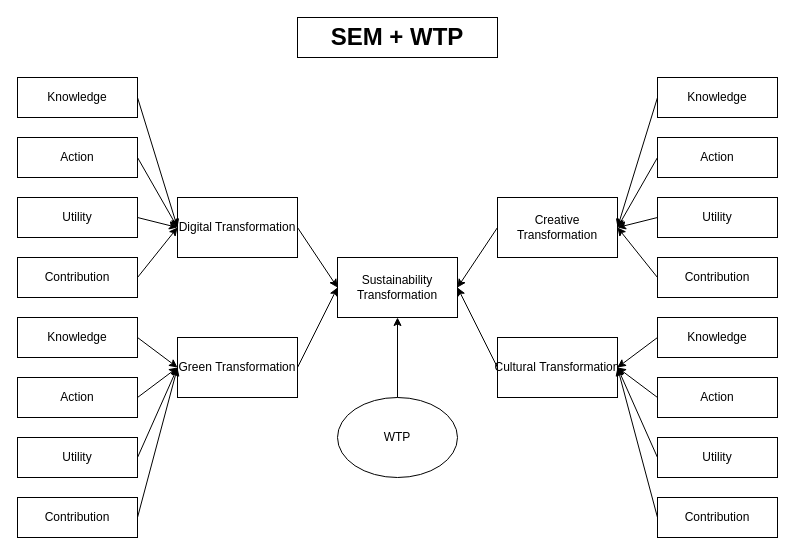
The draw.io diagram r1.drawio in hnks-gh/draw.io, before the edit. Source tidied: cells renumbered, new cells numbered last; positions are measured from the earlier drawing's top-left corner, leaving out a move shared by most shapes. Both pictures are drawn from the tidied source at 100%, with x=0, y=0 at pixel (17, 17).
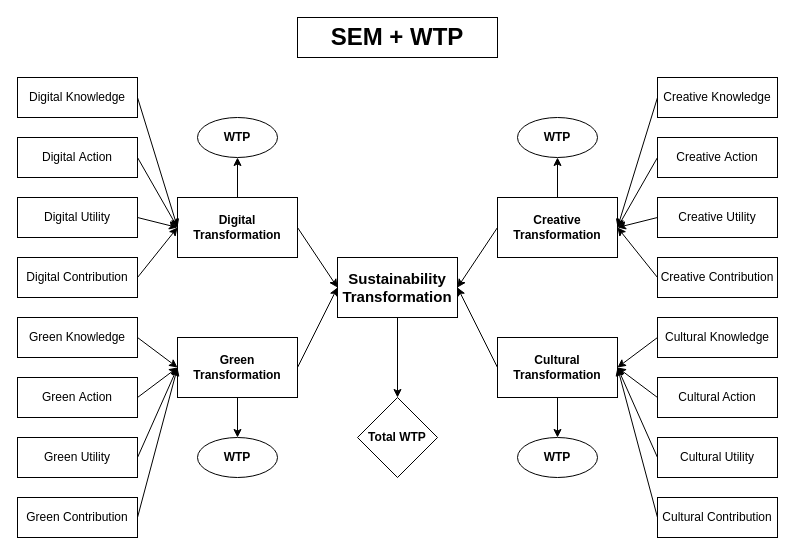
Above is the later version.

Diff of the diagram source:
```diff
@@
-    <mxCell id="2" value="Sustainability Transformation" style="rounded=0;whiteSpace=wrap;html=1;" parent="1" vertex="1">
+    <mxCell id="2" value="&lt;font&gt;Sustainability Transformation&lt;/font&gt;" style="rounded=0;whiteSpace=wrap;html=1;fontStyle=1;fontSize=15;" parent="1" vertex="1">
       <mxGeometry x="320" y="240" width="120" height="60" as="geometry" />
     </mxCell>
+    <mxCell id="46" style="edgeStyle=orthogonalEdgeStyle;rounded=0;jettySize=auto;html=1;exitX=0.5;exitY=0;exitDx=0;exitDy=0;entryX=0.5;entryY=1;entryDx=0;entryDy=0;" parent="1" edge="1" source="3" target="50">
+      <mxGeometry relative="1" as="geometry" />
+    </mxCell>
-    <mxCell id="3" value="Digital Transformation" style="rounded=0;whiteSpace=wrap;html=1;" parent="1" vertex="1">
+    <mxCell id="3" value="Digital&lt;div&gt;Transformation&lt;/div&gt;" style="rounded=0;whiteSpace=wrap;html=1;fontStyle=1;" parent="1" vertex="1">
       <mxGeometry x="160" y="180" width="120" height="60" as="geometry" />
     </mxCell>
+    <mxCell id="47" style="edgeStyle=orthogonalEdgeStyle;rounded=0;jettySize=auto;html=1;exitX=0.5;exitY=1;exitDx=0;exitDy=0;entryX=0.5;entryY=0;entryDx=0;entryDy=0;" parent="1" edge="1" source="4" target="51">
+      <mxGeometry relative="1" as="geometry" />
+    </mxCell>
-    <mxCell id="4" value="Green&lt;span style=&quot;background-color: transparent; color: light-dark(rgb(0, 0, 0), rgb(255, 255, 255));&quot;&gt;&amp;nbsp;Transformation&lt;/span&gt;" style="rounded=0;whiteSpace=wrap;html=1;" parent="1" vertex="1">
+    <mxCell id="4" value="Green&lt;div&gt;&lt;span style=&quot;background-color: transparent; color: light-dark(rgb(0, 0, 0), rgb(255, 255, 255));&quot;&gt;Transformation&lt;/span&gt;&lt;/div&gt;" style="rounded=0;whiteSpace=wrap;html=1;fontStyle=1;" parent="1" vertex="1">
       <mxGeometry x="160" y="320" width="120" height="60" as="geometry" />
     </mxCell>
+    <mxCell id="48" style="edgeStyle=orthogonalEdgeStyle;rounded=0;jettySize=auto;html=1;exitX=0.5;exitY=1;exitDx=0;exitDy=0;" parent="1" edge="1" source="5" target="52">
+      <mxGeometry relative="1" as="geometry" />
+    </mxCell>
-    <mxCell id="5" value="&lt;span style=&quot;background-color: transparent;&quot;&gt;&lt;font&gt;Cultural&amp;nbsp;Transformation&lt;/font&gt;&lt;/span&gt;" style="rounded=0;whiteSpace=wrap;html=1;" parent="1" vertex="1">
+    <mxCell id="5" value="&lt;span style=&quot;background-color: transparent;&quot;&gt;&lt;font&gt;Cultural&lt;/font&gt;&lt;/span&gt;&lt;div&gt;&lt;span style=&quot;background-color: transparent;&quot;&gt;&lt;font&gt;Transformation&lt;/font&gt;&lt;/span&gt;&lt;/div&gt;" style="rounded=0;whiteSpace=wrap;html=1;fontStyle=1;" parent="1" vertex="1">
       <mxGeometry x="480" y="320" width="120" height="60" as="geometry" />
     </mxCell>
+    <mxCell id="49" style="edgeStyle=orthogonalEdgeStyle;rounded=0;jettySize=auto;html=1;exitX=0.5;exitY=0;exitDx=0;exitDy=0;entryX=0.5;entryY=1;entryDx=0;entryDy=0;" parent="1" edge="1" source="6" target="53">
+      <mxGeometry relative="1" as="geometry" />
+    </mxCell>
-    <mxCell id="6" value="Creative Transformation" style="rounded=0;whiteSpace=wrap;html=1;" parent="1" vertex="1">
+    <mxCell id="6" value="Creative Transformation" style="rounded=0;whiteSpace=wrap;html=1;fontStyle=1;" parent="1" vertex="1">
       <mxGeometry x="480" y="180" width="120" height="60" as="geometry" />
     </mxCell>
-    <mxCell id="7" value="Knowledge" style="rounded=0;whiteSpace=wrap;html=1;" parent="1" vertex="1">
+    <mxCell id="7" value="Creative&amp;nbsp;Knowledge" style="rounded=0;whiteSpace=wrap;html=1;" parent="1" vertex="1">
       <mxGeometry x="640" y="60" width="120" height="40" as="geometry" />
     </mxCell>
-    <mxCell id="8" value="Action" style="rounded=0;whiteSpace=wrap;html=1;" parent="1" vertex="1">
+    <mxCell id="8" value="Creative&amp;nbsp;Action" style="rounded=0;whiteSpace=wrap;html=1;" parent="1" vertex="1">
       <mxGeometry x="640" y="120" width="120" height="40" as="geometry" />
     </mxCell>
-    <mxCell id="9" value="Utility" style="rounded=0;whiteSpace=wrap;html=1;" parent="1" vertex="1">
+    <mxCell id="9" value="Creative&amp;nbsp;Utility" style="rounded=0;whiteSpace=wrap;html=1;" parent="1" vertex="1">
       <mxGeometry x="640" y="180" width="120" height="40" as="geometry" />
     </mxCell>
-    <mxCell id="10" value="Contribution" style="rounded=0;whiteSpace=wrap;html=1;" parent="1" vertex="1">
+    <mxCell id="10" value="Creative&amp;nbsp;Contribution" style="rounded=0;whiteSpace=wrap;html=1;" parent="1" vertex="1">
       <mxGeometry x="640" y="240" width="120" height="40" as="geometry" />
     </mxCell>
-    <mxCell id="11" value="Knowledge" style="rounded=0;whiteSpace=wrap;html=1;" parent="1" vertex="1">
+    <mxCell id="11" value="Cultural Knowledge" style="rounded=0;whiteSpace=wrap;html=1;" parent="1" vertex="1">
       <mxGeometry x="640" y="300" width="120" height="40" as="geometry" />
     </mxCell>
-    <mxCell id="12" value="Action" style="rounded=0;whiteSpace=wrap;html=1;" parent="1" vertex="1">
+    <mxCell id="12" value="Cultural Action" style="rounded=0;whiteSpace=wrap;html=1;" parent="1" vertex="1">
       <mxGeometry x="640" y="360" width="120" height="40" as="geometry" />
     </mxCell>
-    <mxCell id="13" value="Utility" style="rounded=0;whiteSpace=wrap;html=1;" parent="1" vertex="1">
+    <mxCell id="13" value="Cultural Utility" style="rounded=0;whiteSpace=wrap;html=1;" parent="1" vertex="1">
       <mxGeometry x="640" y="420" width="120" height="40" as="geometry" />
     </mxCell>
-    <mxCell id="14" value="Contribution" style="rounded=0;whiteSpace=wrap;html=1;" parent="1" vertex="1">
+    <mxCell id="14" value="Cultural Contribution" style="rounded=0;whiteSpace=wrap;html=1;" parent="1" vertex="1">
       <mxGeometry x="640" y="480" width="120" height="40" as="geometry" />
     </mxCell>
-    <mxCell id="15" value="Knowledge" style="rounded=0;whiteSpace=wrap;html=1;" parent="1" vertex="1">
+    <mxCell id="15" value="Digital&amp;nbsp;Knowledge" style="rounded=0;whiteSpace=wrap;html=1;" parent="1" vertex="1">
       <mxGeometry y="60" width="120" height="40" as="geometry" />
     </mxCell>
-    <mxCell id="16" value="Action" style="rounded=0;whiteSpace=wrap;html=1;" parent="1" vertex="1">
+    <mxCell id="16" value="Digital&amp;nbsp;Action" style="rounded=0;whiteSpace=wrap;html=1;" parent="1" vertex="1">
       <mxGeometry y="120" width="120" height="40" as="geometry" />
     </mxCell>
-    <mxCell id="17" value="Utility" style="rounded=0;whiteSpace=wrap;html=1;" parent="1" vertex="1">
+    <mxCell id="17" value="Digital&amp;nbsp;Utility" style="rounded=0;whiteSpace=wrap;html=1;" parent="1" vertex="1">
       <mxGeometry y="180" width="120" height="40" as="geometry" />
     </mxCell>
-    <mxCell id="18" value="Contribution" style="rounded=0;whiteSpace=wrap;html=1;" parent="1" vertex="1">
+    <mxCell id="18" value="Digital&amp;nbsp;Contribution" style="rounded=0;whiteSpace=wrap;html=1;" parent="1" vertex="1">
       <mxGeometry y="240" width="120" height="40" as="geometry" />
     </mxCell>
-    <mxCell id="19" value="Knowledge" style="rounded=0;whiteSpace=wrap;html=1;" parent="1" vertex="1">
+    <mxCell id="19" value="Green&lt;span style=&quot;color: light-dark(rgb(0, 0, 0), rgb(255, 255, 255)); background-color: transparent;&quot;&gt;&amp;nbsp;&lt;/span&gt;Knowledge" style="rounded=0;whiteSpace=wrap;html=1;" parent="1" vertex="1">
       <mxGeometry y="300" width="120" height="40" as="geometry" />
     </mxCell>
-    <mxCell id="20" value="Action" style="rounded=0;whiteSpace=wrap;html=1;" parent="1" vertex="1">
+    <mxCell id="20" value="Green&lt;span style=&quot;color: light-dark(rgb(0, 0, 0), rgb(255, 255, 255)); background-color: transparent;&quot;&gt;&amp;nbsp;&lt;/span&gt;Action" style="rounded=0;whiteSpace=wrap;html=1;" parent="1" vertex="1">
       <mxGeometry y="360" width="120" height="40" as="geometry" />
     </mxCell>
-    <mxCell id="21" value="Utility" style="rounded=0;whiteSpace=wrap;html=1;" parent="1" vertex="1">
+    <mxCell id="21" value="Green&lt;span style=&quot;color: light-dark(rgb(0, 0, 0), rgb(255, 255, 255)); background-color: transparent;&quot;&gt;&amp;nbsp;&lt;/span&gt;Utility" style="rounded=0;whiteSpace=wrap;html=1;" parent="1" vertex="1">
       <mxGeometry y="420" width="120" height="40" as="geometry" />
     </mxCell>
-    <mxCell id="22" value="Contribution" style="rounded=0;whiteSpace=wrap;html=1;" parent="1" vertex="1">
+    <mxCell id="22" value="Green&lt;span style=&quot;color: light-dark(rgb(0, 0, 0), rgb(255, 255, 255)); background-color: transparent;&quot;&gt;&amp;nbsp;&lt;/span&gt;Contribution" style="rounded=0;whiteSpace=wrap;html=1;" parent="1" vertex="1">
       <mxGeometry y="480" width="120" height="40" as="geometry" />
     </mxCell>
-    <mxCell id="23" style="endArrow=classic;html=1;rounded=0;exitX=1;exitY=0.5;exitDx=0;exitDy=0;entryX=0;entryY=0.5;entryDx=0;entryDy=0;" parent="1" edge="1" source="15" target="3">
-      <mxGeometry relative="1" as="geometry" />
+    <mxCell id="23" style="endArrow=classic;html=1;rounded=0;exitX=1;exitY=0.5;exitDx=0;exitDy=0;" parent="1" edge="1" source="15">
+      <mxGeometry relative="1" as="geometry">
+        <mxPoint x="160" y="210" as="targetPoint" />
+      </mxGeometry>
     </mxCell>
@@
-    <mxCell id="34" style="endArrow=classic;html=1;rounded=0;exitX=0;exitY=0.5;exitDx=0;exitDy=0;entryX=1;entryY=0.5;entryDx=0;entryDy=0;" parent="1" edge="1" source="11" target="5">
-      <mxGeometry relative="1" as="geometry" />
+    <mxCell id="34" style="endArrow=classic;html=1;rounded=0;exitX=0;exitY=0.5;exitDx=0;exitDy=0;" parent="1" edge="1" source="11">
+      <mxGeometry relative="1" as="geometry">
+        <mxPoint x="600" y="350" as="targetPoint" />
+      </mxGeometry>
     </mxCell>
@@
-    <mxCell id="36" style="endArrow=classic;html=1;rounded=0;exitX=0;exitY=0.5;exitDx=0;exitDy=0;entryX=1;entryY=0.5;entryDx=0;entryDy=0;" parent="1" edge="1" source="9" target="6">
-      <mxGeometry relative="1" as="geometry" />
+    <mxCell id="36" style="endArrow=classic;html=1;rounded=0;exitX=0;exitY=0.5;exitDx=0;exitDy=0;" parent="1" edge="1" source="9">
+      <mxGeometry relative="1" as="geometry">
+        <mxPoint x="600" y="210" as="targetPoint" />
+      </mxGeometry>
     </mxCell>
@@
-    <mxCell id="43" value="WTP" style="ellipse;whiteSpace=wrap;html=1;" parent="1" vertex="1">
-      <mxGeometry x="320" y="380" width="120" height="80" as="geometry" />
-    </mxCell>
-    <mxCell id="44" style="endArrow=classic;html=1;rounded=0;exitX=0.5;exitY=0;exitDx=0;exitDy=0;entryX=0.5;entryY=1;entryDx=0;entryDy=0;" parent="1" edge="1" source="43" target="2">
-      <mxGeometry relative="1" as="geometry" />
+    <mxCell id="44" style="endArrow=classic;html=1;rounded=0;entryX=0.5;entryY=0;entryDx=0;entryDy=0;exitX=0.5;exitY=1;exitDx=0;exitDy=0;" parent="1" edge="1" source="2">
+      <mxGeometry relative="1" as="geometry">
+        <mxPoint x="380" y="380" as="targetPoint" />
+      </mxGeometry>
     </mxCell>
@@
+    <mxCell id="50" value="WTP" style="ellipse;whiteSpace=wrap;html=1;fontStyle=1;" parent="1" vertex="1">
+      <mxGeometry x="180" y="100" width="80" height="40" as="geometry" />
+    </mxCell>
+    <mxCell id="51" value="WTP" style="ellipse;whiteSpace=wrap;html=1;fontStyle=1;" parent="1" vertex="1">
+      <mxGeometry x="180" y="420" width="80" height="40" as="geometry" />
+    </mxCell>
+    <mxCell id="52" value="&lt;span style=&quot;background-color: transparent; color: light-dark(rgb(0, 0, 0), rgb(255, 255, 255));&quot;&gt;WTP&lt;/span&gt;" style="ellipse;whiteSpace=wrap;html=1;fontStyle=1;" parent="1" vertex="1">
+      <mxGeometry x="500" y="420" width="80" height="40" as="geometry" />
+    </mxCell>
+    <mxCell id="53" value="WTP" style="ellipse;whiteSpace=wrap;html=1;fontStyle=1;" parent="1" vertex="1">
+      <mxGeometry x="500" y="100" width="80" height="40" as="geometry" />
+    </mxCell>
+    <mxCell id="54" value="&lt;b&gt;Total WTP&lt;/b&gt;" style="rhombus;whiteSpace=wrap;html=1;" parent="1" vertex="1">
+      <mxGeometry x="340" y="380" width="80" height="80" as="geometry" />
+    </mxCell>
```
